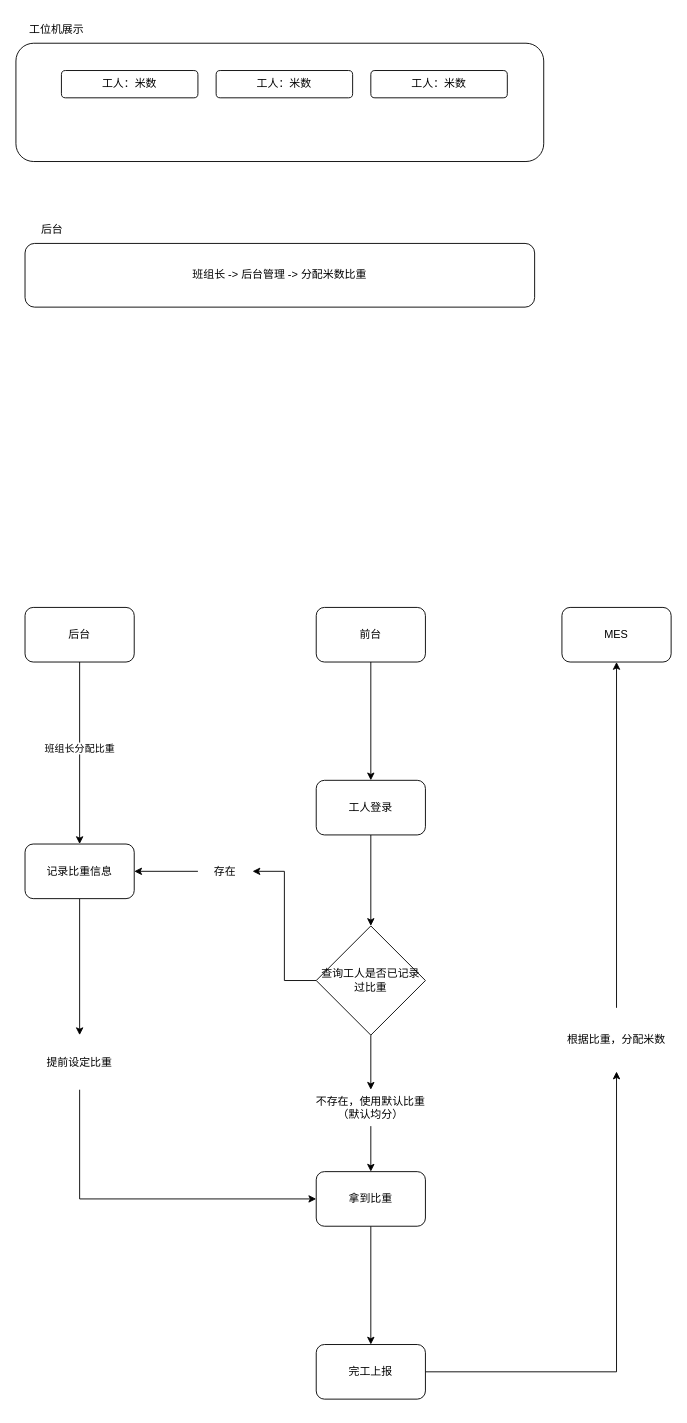
This is page "黄船-集控" (11 of 12) of mspaint/秉优科技.drawio from D1isney/notes, a draw.io file, before an edit. Source tidied: cells renumbered, new cells numbered last; positions are measured from the earlier drawing's top-left corner, leaving out a move shared by most shapes. Both pictures are drawn from the tidied source at 91%, with x=0, y=0 at pixel (15, 15).
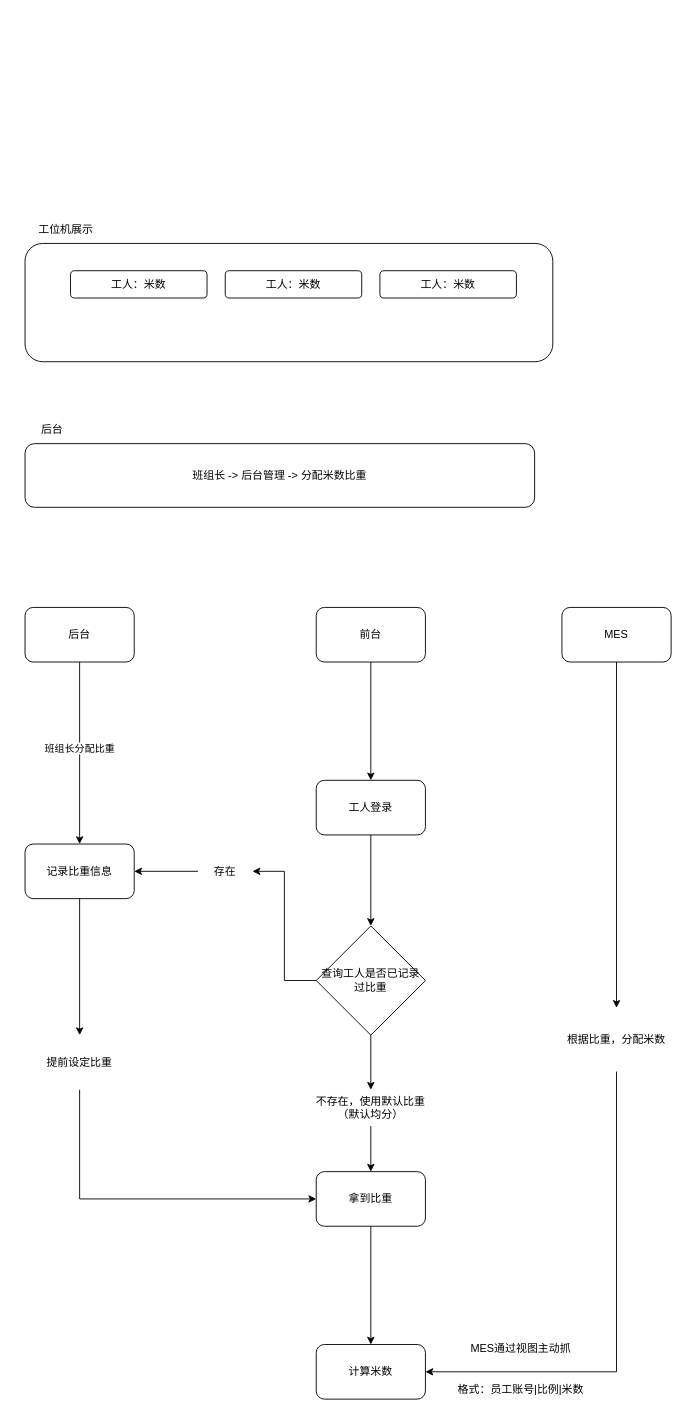
The same page after the edit.

Commit message:
更新秉优科技.drawio

The change refers to these unchanged cells:
```xml
<mxCell id="29" value="MES" style="rounded=1;whiteSpace=wrap;html=1;" parent="1" vertex="1">
  <mxGeometry x="600" y="650" width="120" height="60" as="geometry" />
</mxCell>
<mxCell id="31" value="根据比重，分配米数" style="text;html=1;whiteSpace=wrap;strokeColor=none;fillColor=none;align=center;verticalAlign=middle;rounded=0;" parent="1" vertex="1">
  <mxGeometry x="600" y="1090" width="120" height="70" as="geometry" />
</mxCell>
```

The edit, as a diff of the source:
```diff
@@
     <mxCell id="2" style="rounded=1;whiteSpace=wrap;html=1;" parent="1" vertex="1">
-      <mxGeometry y="30" width="580" height="130" as="geometry" />
+      <mxGeometry x="10" y="250" width="580" height="130" as="geometry" />
     </mxCell>
     <mxCell id="3" value="工人：米数" style="rounded=1;whiteSpace=wrap;html=1;" parent="1" vertex="1">
-      <mxGeometry x="50" y="60" width="150" height="30" as="geometry" />
+      <mxGeometry x="60" y="280" width="150" height="30" as="geometry" />
     </mxCell>
     <mxCell id="4" value="工人：米数" style="rounded=1;whiteSpace=wrap;html=1;" parent="1" vertex="1">
-      <mxGeometry x="220" y="60" width="150" height="30" as="geometry" />
+      <mxGeometry x="230" y="280" width="150" height="30" as="geometry" />
     </mxCell>
     <mxCell id="5" value="工人：米数" style="rounded=1;whiteSpace=wrap;html=1;" parent="1" vertex="1">
-      <mxGeometry x="390" y="60" width="150" height="30" as="geometry" />
+      <mxGeometry x="400" y="280" width="150" height="30" as="geometry" />
     </mxCell>
     <mxCell id="6" value="班组长 -&amp;gt; 后台管理 -&amp;gt; 分配米数比重" style="rounded=1;whiteSpace=wrap;html=1;" parent="1" vertex="1">
-      <mxGeometry x="10" y="250" width="560" height="70" as="geometry" />
+      <mxGeometry x="10" y="470" width="560" height="70" as="geometry" />
     </mxCell>
@@
-    <mxCell id="27" style="edgeStyle=orthogonalEdgeStyle;rounded=0;jettySize=auto;html=1;exitX=1;exitY=0.5;exitDx=0;exitDy=0;entryX=0.5;entryY=1;entryDx=0;entryDy=0;" parent="1" edge="1" source="28" target="31">
+    <mxCell id="27" style="edgeStyle=orthogonalEdgeStyle;rounded=0;jettySize=auto;html=1;exitX=1;exitY=0.5;exitDx=0;exitDy=0;entryX=0.5;entryY=1;entryDx=0;entryDy=0;startArrow=classic;startFill=1;endArrow=none;endFill=0;" parent="1" edge="1" source="28" target="31">
       <mxGeometry relative="1" as="geometry" />
     </mxCell>
-    <mxCell id="28" value="完工上报" style="rounded=1;whiteSpace=wrap;html=1;" parent="1" vertex="1">
+    <mxCell id="28" value="计算米数" style="rounded=1;whiteSpace=wrap;html=1;" parent="1" vertex="1">
       <mxGeometry x="330" y="1460" width="120" height="60" as="geometry" />
     </mxCell>
@@
-    <mxCell id="30" style="edgeStyle=orthogonalEdgeStyle;rounded=0;jettySize=auto;html=1;exitX=0.5;exitY=0;exitDx=0;exitDy=0;entryX=0.5;entryY=1;entryDx=0;entryDy=0;" parent="1" edge="1" source="31" target="29">
+    <mxCell id="30" style="edgeStyle=orthogonalEdgeStyle;rounded=0;jettySize=auto;html=1;exitX=0.5;exitY=0;exitDx=0;exitDy=0;entryX=0.5;entryY=1;entryDx=0;entryDy=0;endArrow=none;endFill=0;startArrow=classic;startFill=1;" parent="1" edge="1" source="31" target="29">
       <mxGeometry relative="1" as="geometry" />
     </mxCell>
@@
     <mxCell id="32" value="工位机展示" style="text;html=1;whiteSpace=wrap;strokeColor=none;fillColor=none;align=center;verticalAlign=middle;rounded=0;" parent="1" vertex="1">
-      <mxGeometry width="90" height="30" as="geometry" />
+      <mxGeometry x="10" y="220" width="90" height="30" as="geometry" />
     </mxCell>
     <mxCell id="33" value="后台" style="text;html=1;whiteSpace=wrap;strokeColor=none;fillColor=none;align=center;verticalAlign=middle;rounded=0;" parent="1" vertex="1">
-      <mxGeometry x="10" y="220" width="60" height="30" as="geometry" />
+      <mxGeometry x="10" y="440" width="60" height="30" as="geometry" />
     </mxCell>
+    <mxCell id="34" value="MES通过视图主动抓" style="text;html=1;whiteSpace=wrap;strokeColor=none;fillColor=none;align=center;verticalAlign=middle;rounded=0;" parent="1" vertex="1">
+      <mxGeometry x="450" y="1440" width="210" height="50" as="geometry" />
+    </mxCell>
+    <mxCell id="35" value="格式：员工账号|比例|米数" style="text;html=1;whiteSpace=wrap;strokeColor=none;fillColor=none;align=center;verticalAlign=middle;rounded=0;" parent="1" vertex="1">
+      <mxGeometry x="450" y="1490" width="210" height="40" as="geometry" />
+    </mxCell>
```
